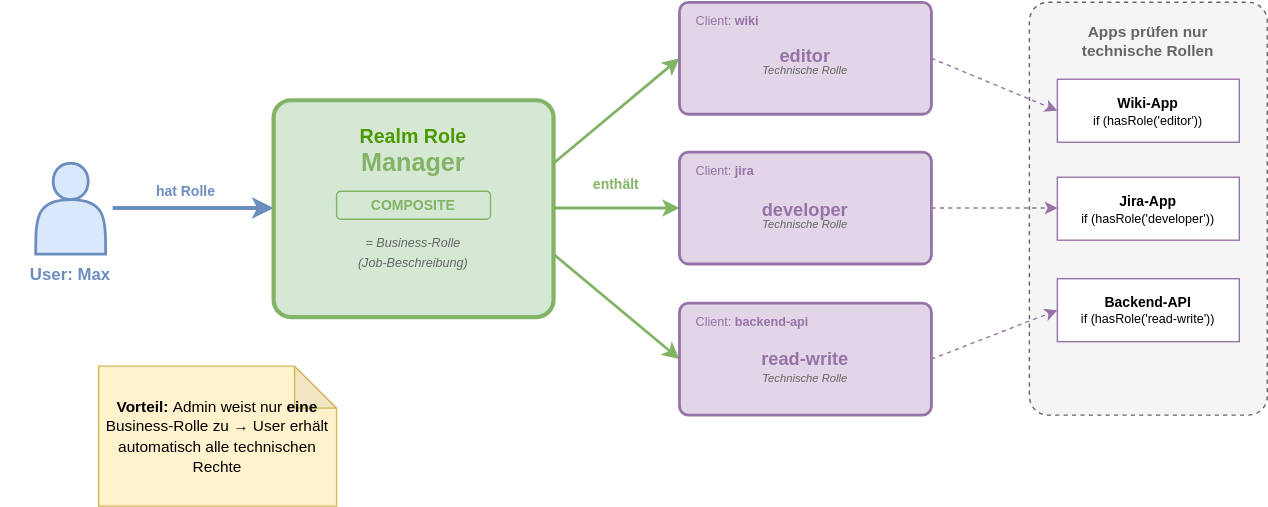
Above: slides/04-clients-benutzerverwaltung/images/composite_roles.drawio.svg in it-erben/training-keycloak (draw.io), before the change. Source tidied: cells renumbered, new cells last; positions are measured from the earlier drawing's top-left corner, leaving out a move shared by most shapes.
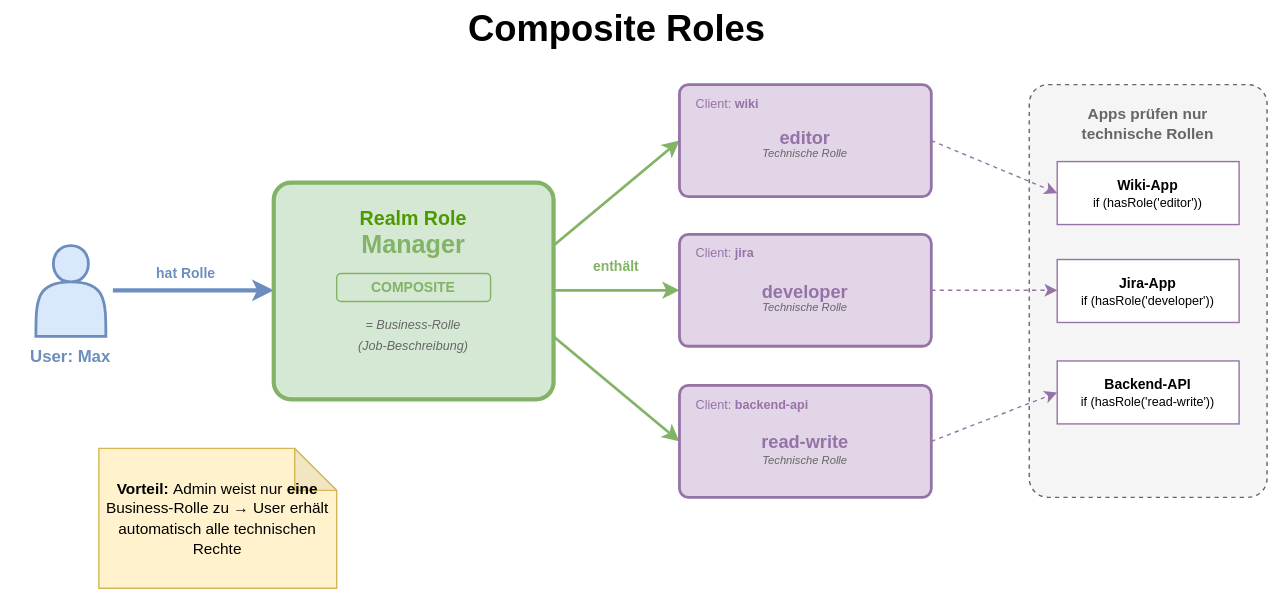
After the change.

Diff of the diagram source:
```diff
@@ -120,5 +120,8 @@
     <mxCell id="34" value="&lt;b style=&quot;font-size: 11px;&quot;&gt;Vorteil:&lt;/b&gt;&lt;span style=&quot;font-size: 11px;&quot;&gt;&amp;nbsp;Admin weist nur&amp;nbsp;&lt;/span&gt;&lt;b style=&quot;font-size: 11px;&quot;&gt;eine&lt;/b&gt;&lt;span style=&quot;font-size: 11px;&quot;&gt;&amp;nbsp;Business-Rolle zu → User erhält automatisch alle technischen Rechte&lt;/span&gt;" style="shape=note;whiteSpace=wrap;html=1;backgroundOutline=1;darkOpacity=0.05;fillColor=#fff2cc;strokeColor=#d6b656;" parent="1" vertex="1">
       <mxGeometry x="70" y="260" width="170" height="100" as="geometry" />
     </mxCell>
+    <mxCell id="35" value="Composite Roles" style="text;strokeColor=none;fillColor=none;html=1;fontSize=26;fontStyle=1;verticalAlign=middle;align=center;" parent="1" vertex="1">
+      <mxGeometry x="390" y="-60" width="100" height="40" as="geometry" />
+    </mxCell>
   </root>
 </mxGraphModel>
```
